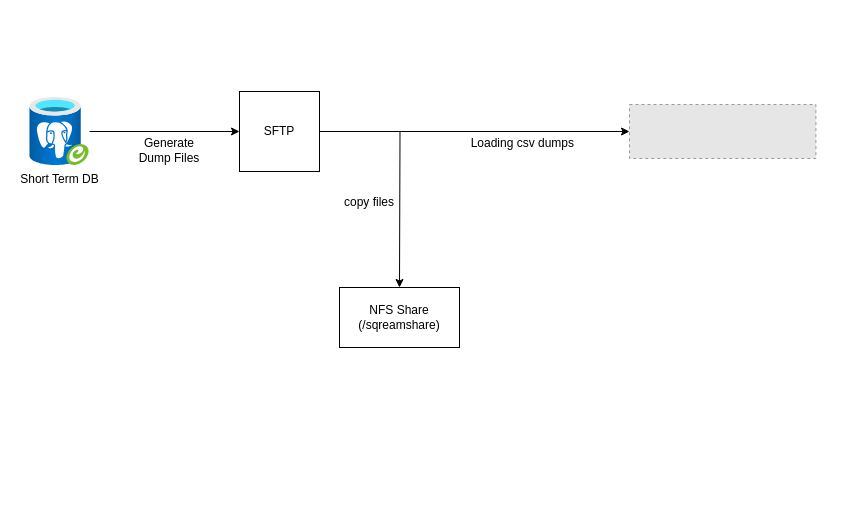
This is Global Build COB Reports Design.drawio from Olson-Bytz/ITDiagrams, a draw.io file, before an edit. Source tidied: cells renumbered, new cells numbered last; positions are measured from the earlier drawing's top-left corner, leaving out a move shared by most shapes. Both pictures are drawn from the tidied source at 100%, with x=0, y=0 at pixel (29, 91). Pictures stored in the file or linked from it are replaced by grey dashed boxes.
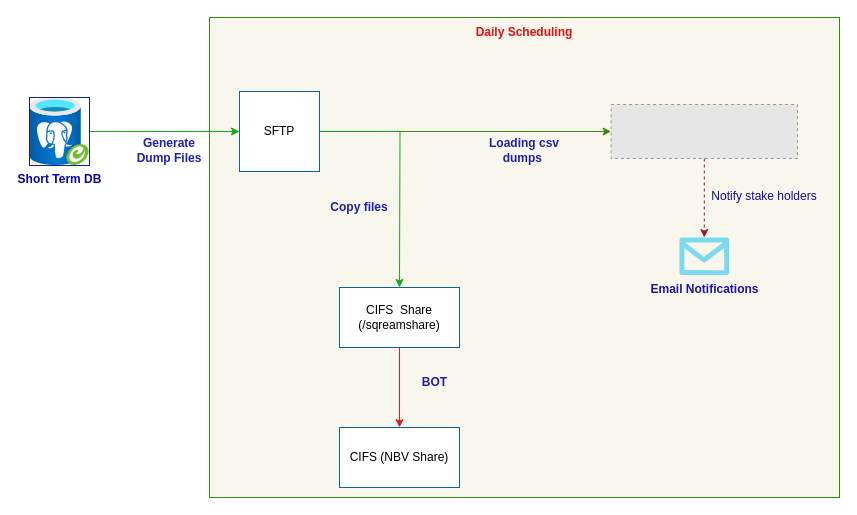
Above is the later version.

What changed in the source:
```diff
@@
+    <mxCell id="12" style="rounded=0;whiteSpace=wrap;html=1;fillColor=#f9f7ed;strokeColor=light-dark(#2e8e0b, #ededed);" parent="1" vertex="1">
+      <mxGeometry x="180" y="-74" width="630" height="480" as="geometry" />
+    </mxCell>
-    <mxCell id="2" style="edgeStyle=orthogonalEdgeStyle;rounded=0;jettySize=auto;html=1;" parent="1" edge="1" source="3" target="6">
+    <mxCell id="2" style="edgeStyle=orthogonalEdgeStyle;rounded=0;jettySize=auto;html=1;strokeColor=light-dark(#10ad13, #ededed);" parent="1" edge="1" source="3" target="6">
       <mxGeometry relative="1" as="geometry" />
     </mxCell>
-    <mxCell id="3" value="Short Term DB" style="image;html=1;points=[];align=center;fontSize=12;image=img/lib/azure2/databases/Azure_Database_PostgreSQL_Server_Group.svg;" parent="1" vertex="1">
+    <mxCell id="3" value="Short Term DB" style="image;html=1;points=[];align=center;fontSize=12;image=img/lib/azure2/databases/Azure_Database_PostgreSQL_Server_Group.svg;fontStyle=1;fontColor=light-dark(#07059e, #ededed);imageBorder=light-dark(#112197, #ededed);" parent="1" vertex="1">
       <mxGeometry y="6" width="60" height="68" as="geometry" />
     </mxCell>
-    <mxCell id="4" style="edgeStyle=orthogonalEdgeStyle;rounded=0;jettySize=auto;html=1;" parent="1" edge="1" source="6" target="8">
-      <mxGeometry relative="1" as="geometry" />
-    </mxCell>
-    <mxCell id="5" style="edgeStyle=orthogonalEdgeStyle;rounded=0;jettySize=auto;html=1;" parent="1" edge="1" source="6">
+    <mxCell id="5" style="edgeStyle=orthogonalEdgeStyle;rounded=0;jettySize=auto;html=1;strokeColor=light-dark(#10ad13, #ededed);" parent="1" edge="1" source="6">
       <mxGeometry relative="1" as="geometry">
         <mxPoint x="370" y="196" as="targetPoint" />
       </mxGeometry>
     </mxCell>
-    <mxCell id="6" value="SFTP" style="whiteSpace=wrap;html=1;" parent="1" vertex="1">
+    <mxCell id="6" value="SFTP" style="whiteSpace=wrap;html=1;strokeColor=light-dark(#096795, #ededed);" parent="1" vertex="1">
       <mxGeometry x="210" width="80" height="80" as="geometry" />
     </mxCell>
-    <mxCell id="7" value="Generate Dump Files" style="text;html=1;align=center;verticalAlign=middle;whiteSpace=wrap;rounded=0;" parent="1" vertex="1">
+    <mxCell id="7" value="Generate Dump Files" style="text;html=1;align=center;verticalAlign=middle;whiteSpace=wrap;rounded=0;fontColor=light-dark(#1d21af, #ededed);fontStyle=1;" parent="1" vertex="1">
       <mxGeometry x="100" y="44" width="80" height="30" as="geometry" />
     </mxCell>
     <mxCell id="8" style="fillColor=#E6E6E6;strokeColor=#999999;dashed=1;verticalLabelPosition=bottom;labelBackgroundColor=default;verticalAlign=top;" parent="1" vertex="1">
-      <mxGeometry x="600" y="13" width="186.4" height="54" as="geometry" />
+      <mxGeometry x="581.6" y="13" width="186.4" height="54" as="geometry" />
     </mxCell>
-    <mxCell id="9" value="Loading csv dumps&amp;nbsp;" style="text;html=1;align=center;verticalAlign=middle;whiteSpace=wrap;rounded=0;" parent="1" vertex="1">
-      <mxGeometry x="440" y="37" width="110" height="30" as="geometry" />
+    <mxCell id="9" value="Loading csv dumps&amp;nbsp;" style="text;html=1;align=center;verticalAlign=middle;whiteSpace=wrap;rounded=0;fontColor=light-dark(#1d21af, #ededed);fontStyle=1;" parent="1" vertex="1">
+      <mxGeometry x="440" y="44" width="110" height="30" as="geometry" />
     </mxCell>
+    <mxCell id="13" style="edgeStyle=orthogonalEdgeStyle;rounded=0;jettySize=auto;html=1;strokeColor=light-dark(#d42121, #ededed);" parent="1" edge="1" source="10" target="14">
+      <mxGeometry relative="1" as="geometry" />
+    </mxCell>
-    <mxCell id="10" value="NFS Share&lt;div&gt;(/sqreamshare)&lt;/div&gt;" style="rounded=0;whiteSpace=wrap;html=1;" parent="1" vertex="1">
+    <mxCell id="10" value="CIFS&amp;nbsp; Share&lt;div&gt;(/sqreamshare)&lt;/div&gt;" style="rounded=0;whiteSpace=wrap;html=1;strokeColor=light-dark(#096795, #ededed);" parent="1" vertex="1">
       <mxGeometry x="310" y="196" width="120" height="60" as="geometry" />
     </mxCell>
-    <mxCell id="11" value="copy files" style="text;html=1;align=center;verticalAlign=middle;whiteSpace=wrap;rounded=0;" parent="1" vertex="1">
-      <mxGeometry x="310" y="96" width="60" height="30" as="geometry" />
+    <mxCell id="11" value="Copy files" style="text;html=1;align=center;verticalAlign=middle;whiteSpace=wrap;rounded=0;fontColor=light-dark(#1d21af, #ededed);fontStyle=1;" parent="1" vertex="1">
+      <mxGeometry x="300" y="101" width="60" height="30" as="geometry" />
     </mxCell>
+    <mxCell id="14" value="CIFS (NBV Share)" style="whiteSpace=wrap;html=1;rounded=0;strokeColor=light-dark(#096795, #ededed);" parent="1" vertex="1">
+      <mxGeometry x="310" y="336" width="120" height="60" as="geometry" />
+    </mxCell>
+    <mxCell id="15" value="BOT" style="text;html=1;align=center;verticalAlign=middle;strokeColor=none;fillColor=none;fontColor=light-dark(#1d21af, #ededed);fontStyle=1;" parent="1" vertex="1">
+      <mxGeometry x="380" y="276" width="50" height="30" as="geometry" />
+    </mxCell>
+    <mxCell id="16" value="Daily Scheduling" style="text;html=1;align=center;verticalAlign=middle;whiteSpace=wrap;rounded=0;fontStyle=1;fontColor=light-dark(#df1111, #ededed);" parent="1" vertex="1">
+      <mxGeometry x="425" y="-74" width="140" height="30" as="geometry" />
+    </mxCell>
+    <mxCell id="17" style="edgeStyle=orthogonalEdgeStyle;rounded=0;orthogonalLoop=1;jettySize=auto;html=1;exitX=0.5;exitY=1;exitDx=0;exitDy=0;" parent="1" edge="1" source="16" target="16">
+      <mxGeometry relative="1" as="geometry" />
+    </mxCell>
+    <mxCell id="18" value="Notify stake holders" style="text;html=1;align=center;verticalAlign=middle;whiteSpace=wrap;rounded=0;fontColor=light-dark(#0f0d9c, #ededed);" parent="1" vertex="1">
+      <mxGeometry x="680" y="80" width="110" height="50" as="geometry" />
+    </mxCell>
+    <mxCell id="19" value="Email Notifications" style="verticalLabelPosition=bottom;html=1;verticalAlign=top;align=center;strokeColor=none;fillColor=#00BEF2;shape=mxgraph.azure.message;fontStyle=1;fontColor=light-dark(#1d149f, #ededed);" parent="1" vertex="1">
+      <mxGeometry x="649.8" y="146" width="50" height="37.5" as="geometry" />
+    </mxCell>
+    <mxCell id="20" style="edgeStyle=orthogonalEdgeStyle;rounded=0;jettySize=auto;html=1;entryX=0.5;entryY=0;entryDx=0;entryDy=0;entryPerimeter=0;strokeColor=light-dark(#971730, #ededed);dashed=1;" parent="1" edge="1" source="8" target="19">
+      <mxGeometry relative="1" as="geometry" />
+    </mxCell>
+    <mxCell id="21" style="endArrow=classic;html=1;rounded=0;entryX=0;entryY=0.5;entryDx=0;entryDy=0;strokeColor=light-dark(#2e8e0b, #ededed);" parent="1" edge="1" target="8">
+      <mxGeometry relative="1" as="geometry">
+        <mxPoint x="370" y="40" as="sourcePoint" />
+      </mxGeometry>
+    </mxCell>
```
